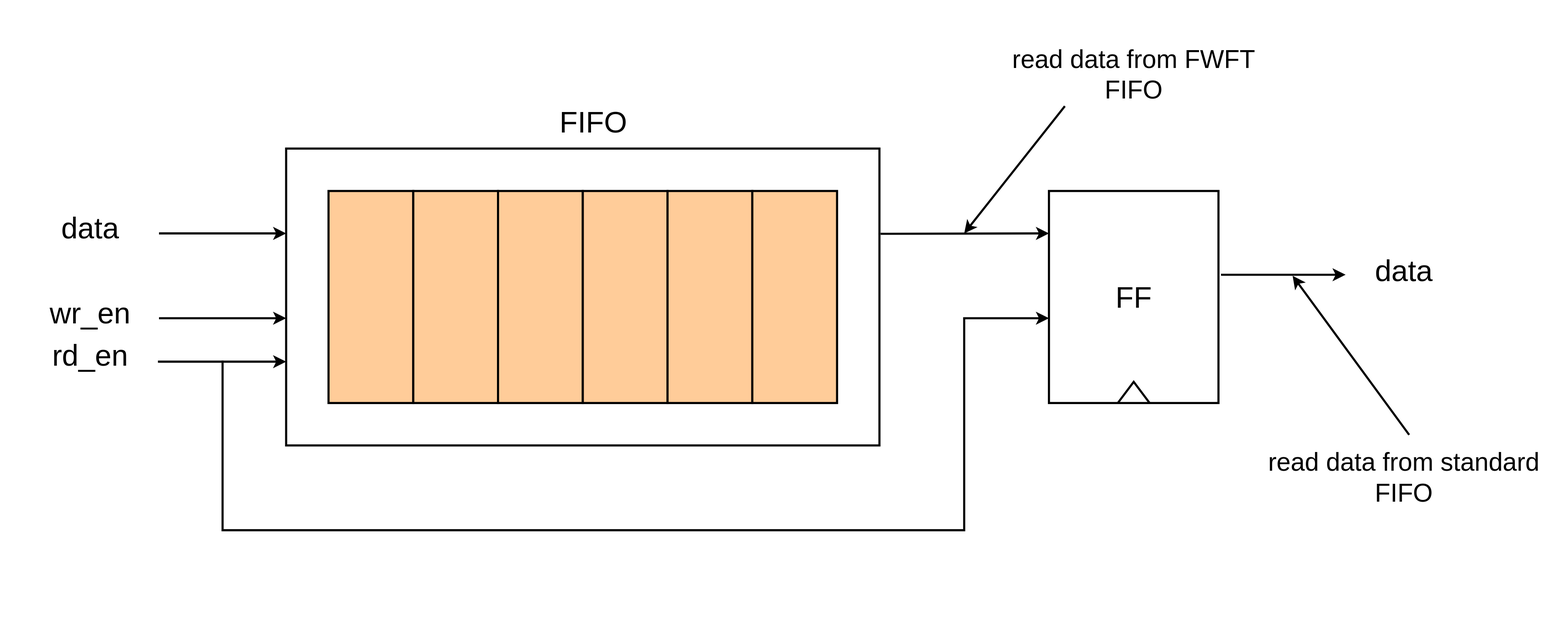
The draw.io diagram static/ox-hugo/fifo.svg in 24x7fpga/24x7fpga-website, before a commit. Source tidied: cells renumbered, new cells last; positions are measured from the earlier drawing's top-left corner, leaving out a move shared by most shapes.
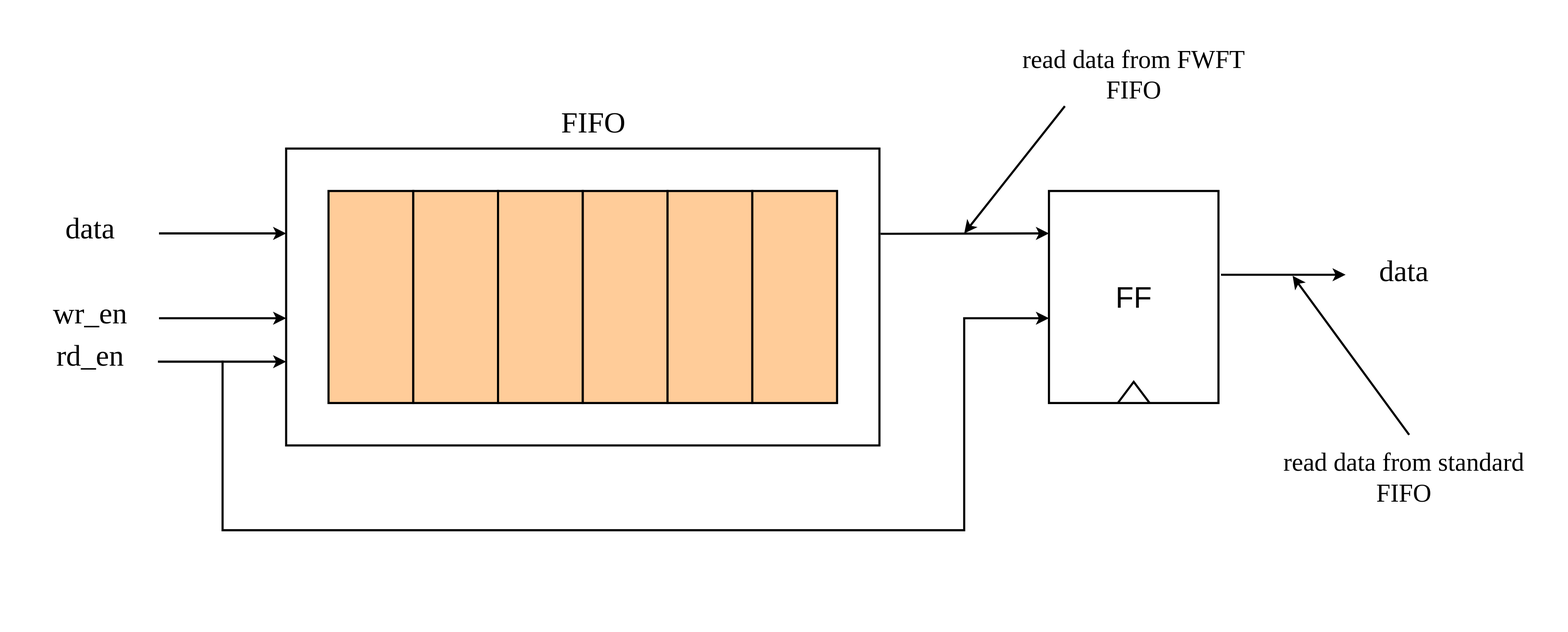
The same file after the commit.

Commit message:
updated fifo image with Times New Roman font

Diff of the diagram source:
```diff
@@ -69,25 +69,25 @@
         <mxPoint x="1230" y="219" as="targetPoint" />
       </mxGeometry>
     </mxCell>
-    <mxCell id="18" value="data" style="text;html=1;align=center;verticalAlign=middle;whiteSpace=wrap;rounded=0;fontSize=28;" parent="2" vertex="1">
+    <mxCell id="18" value="&lt;font face=&quot;Times New Roman&quot;&gt;data&lt;/font&gt;" style="text;html=1;align=center;verticalAlign=middle;whiteSpace=wrap;rounded=0;fontSize=28;" parent="2" vertex="1">
       <mxGeometry y="160" width="90" height="30" as="geometry" />
     </mxCell>
-    <mxCell id="19" value="wr_en" style="text;html=1;align=center;verticalAlign=middle;whiteSpace=wrap;rounded=0;fontSize=28;" parent="2" vertex="1">
+    <mxCell id="19" value="&lt;font face=&quot;Times New Roman&quot;&gt;wr_en&lt;/font&gt;" style="text;html=1;align=center;verticalAlign=middle;whiteSpace=wrap;rounded=0;fontSize=28;" parent="2" vertex="1">
       <mxGeometry y="240" width="90" height="30" as="geometry" />
     </mxCell>
-    <mxCell id="20" value="rd_en" style="text;html=1;align=center;verticalAlign=middle;whiteSpace=wrap;rounded=0;fontSize=28;" parent="2" vertex="1">
+    <mxCell id="20" value="&lt;font face=&quot;Times New Roman&quot;&gt;rd_en&lt;/font&gt;" style="text;html=1;align=center;verticalAlign=middle;whiteSpace=wrap;rounded=0;fontSize=28;" parent="2" vertex="1">
       <mxGeometry y="280" width="90" height="30" as="geometry" />
     </mxCell>
-    <mxCell id="21" value="data" style="text;html=1;align=center;verticalAlign=middle;whiteSpace=wrap;rounded=0;fontSize=28;" parent="2" vertex="1">
+    <mxCell id="21" value="&lt;font face=&quot;Times New Roman&quot;&gt;data&lt;/font&gt;" style="text;html=1;align=center;verticalAlign=middle;whiteSpace=wrap;rounded=0;fontSize=28;" parent="2" vertex="1">
       <mxGeometry x="1240" y="200" width="90" height="30" as="geometry" />
     </mxCell>
-    <mxCell id="22" value="&lt;font style=&quot;font-size: 28px;&quot;&gt;FIFO&lt;/font&gt;" style="text;html=1;align=center;verticalAlign=middle;whiteSpace=wrap;rounded=0;" parent="2" vertex="1">
+    <mxCell id="22" value="&lt;font face=&quot;Times New Roman&quot; style=&quot;font-size: 28px;&quot;&gt;FIFO&lt;/font&gt;" style="text;html=1;align=center;verticalAlign=middle;whiteSpace=wrap;rounded=0;" parent="2" vertex="1">
       <mxGeometry x="460" y="60" width="120" height="30" as="geometry" />
     </mxCell>
-    <mxCell id="23" value="&lt;font style=&quot;font-size: 24px;&quot;&gt;read data from FWFT FIFO&lt;/font&gt;" style="text;html=1;align=center;verticalAlign=middle;whiteSpace=wrap;rounded=0;" parent="2" vertex="1">
+    <mxCell id="23" value="&lt;font face=&quot;Times New Roman&quot; style=&quot;font-size: 24px;&quot;&gt;read data from FWFT FIFO&lt;/font&gt;" style="text;html=1;align=center;verticalAlign=middle;whiteSpace=wrap;rounded=0;" parent="2" vertex="1">
       <mxGeometry x="900" width="260" height="60" as="geometry" />
     </mxCell>
-    <mxCell id="24" value="&lt;font style=&quot;font-size: 24px;&quot;&gt;read data from standard FIFO&lt;/font&gt;" style="text;html=1;align=center;verticalAlign=middle;whiteSpace=wrap;rounded=0;" parent="2" vertex="1">
+    <mxCell id="24" value="&lt;font face=&quot;Times New Roman&quot; style=&quot;font-size: 24px;&quot;&gt;read data from standard FIFO&lt;/font&gt;" style="text;html=1;align=center;verticalAlign=middle;whiteSpace=wrap;rounded=0;" parent="2" vertex="1">
       <mxGeometry x="1155" y="380" width="260" height="60" as="geometry" />
     </mxCell>
     <mxCell id="25" style="endArrow=classic;html=1;rounded=0;exitX=0.25;exitY=1;exitDx=0;exitDy=0;strokeWidth=2;" parent="2" edge="1" source="23">
```
